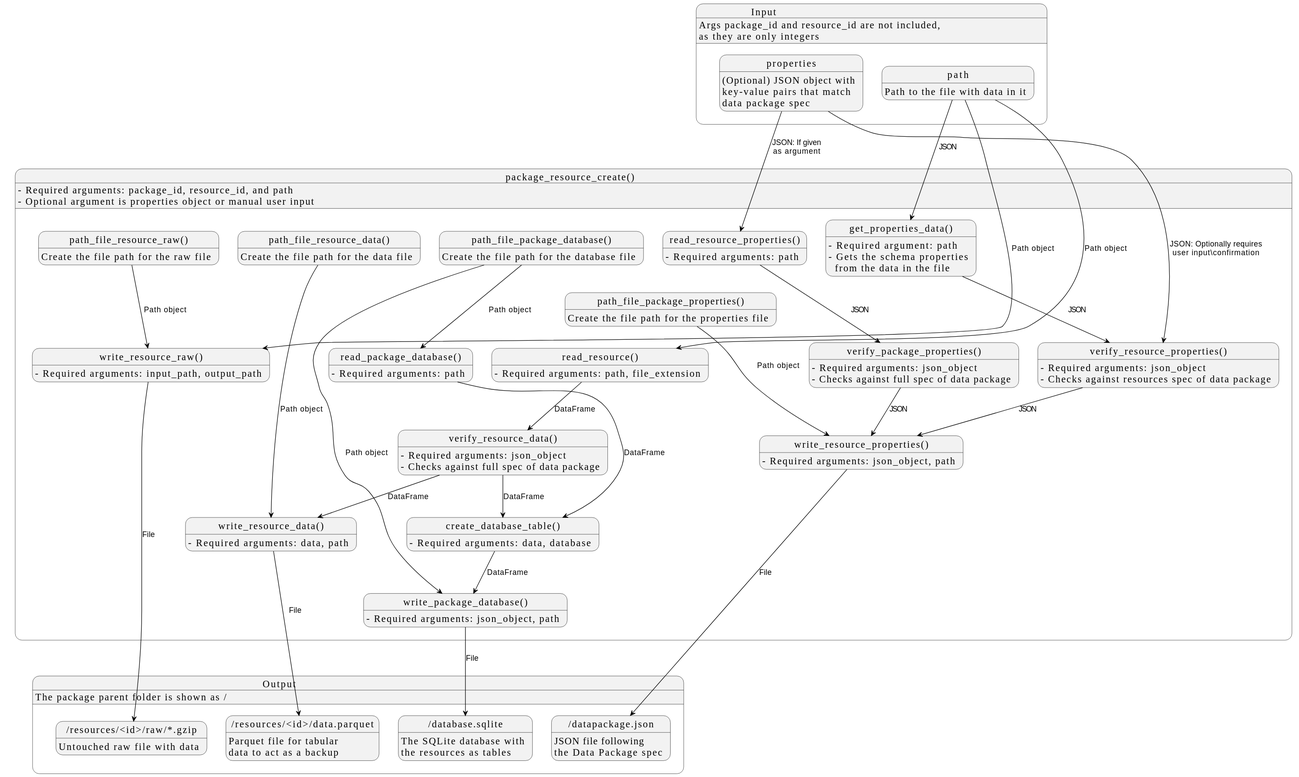
seedcase-project/seedcase-sprout keeps this PlantUML diagram as docs/design/images/function-flow.svg. Above is the earlier version.
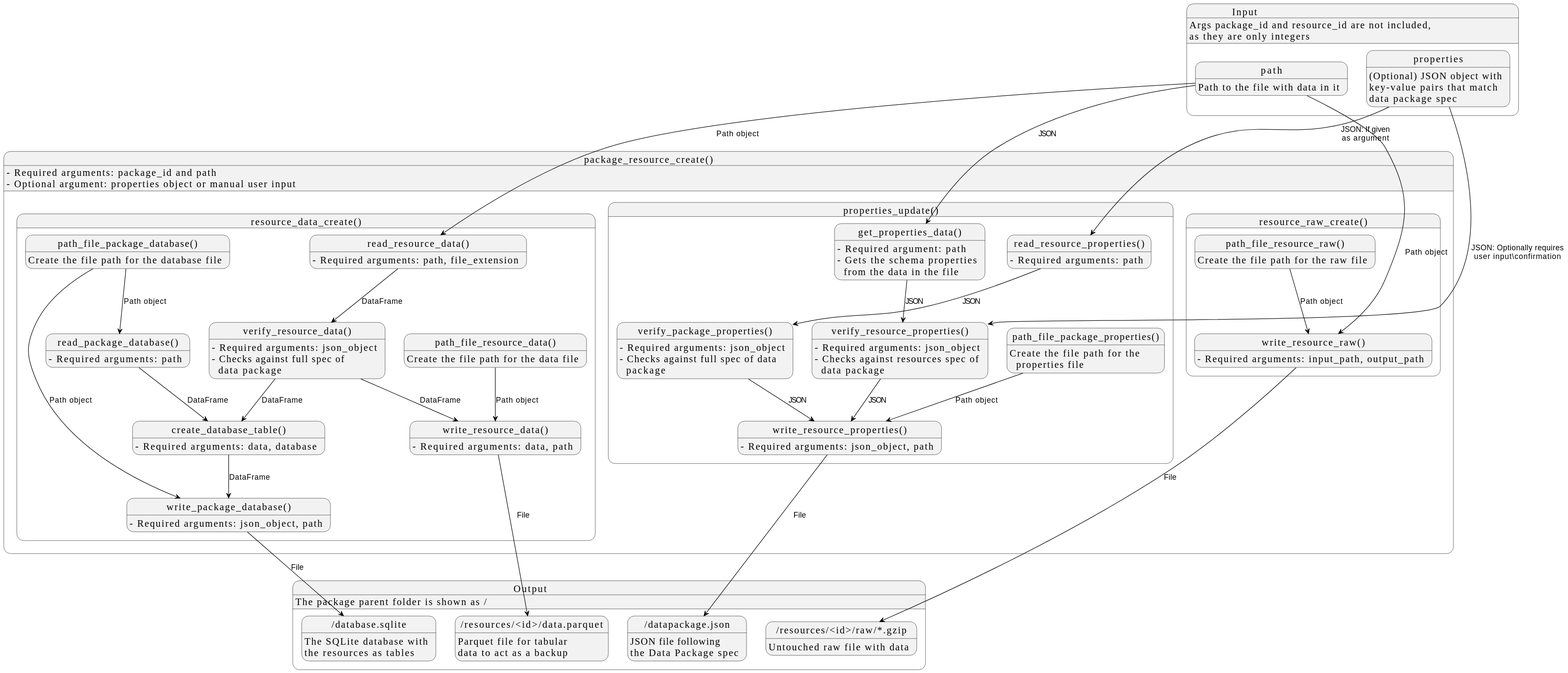
The same diagram one commit later.

Commit message:
refactor: :alembic: add boxes within package_resource_create

This is an attempt to make this figure a bit cleaner. No existing functions or relations between functions have been changed.

What changed in the source:
```diff
@@ -26,69 +26,76 @@
 }
 
 state "package_resource_create()" as prc {
-  prc : - Required arguments: package_id, resource_id, and path
-  prc : - Optional argument is properties object or manual user input
+  prc : - Required arguments: package_id and path
+  prc : - Optional argument: properties object or manual user input
 
-  state "path_file_resource_raw()" as pfrr
-  pfrr : Create the file path for the raw file
+  state "resource_raw_create()" as rrc {
+    state "path_file_resource_raw()" as pfrr
+    pfrr : Create the file path for the raw file
 
-  state "path_file_resource_data()" as pfrd
-  pfrd : Create the file path for the data file
+    state "write_resource_raw()" as wrr
+    wrr : - Required arguments: input_path, output_path
+  }
 
-  state "path_file_package_database()" as pfpd
-  pfpd : Create the file path for the database file
 
-  state "path_file_package_properties()" as pfpp
-  pfpp : Create the file path for the properties file
+  state "resource_data_create()" as rdc {
+    state "path_file_resource_data()" as pfrd
+    pfrd : Create the file path for the data file
 
-  pfrr -[hidden]> pfrd
-  pfrd -[hidden]> pfpd
-  pfpd -[hidden]> pfpp
-  pfpd -[hidden]> gpd
+    state "path_file_package_database()" as pfpd
+    pfpd : Create the file path for the database file
 
-  state "read_resource_properties()" as rrp
-  rrp : - Required arguments: path
+    state "read_resource_data()" as rr
+    rr : - Required arguments: path, file_extension
 
-  state "read_package_database()" as rpd
-  rpd : - Required arguments: path
+    state "read_package_database()" as rpd
+    rpd : - Required arguments: path
 
-  state "read_resource()" as rr
-  rr : - Required arguments: path, file_extension
+    state "verify_resource_data()" as vrd
+    vrd : - Required arguments: json_object
+    vrd : - Checks against full spec of\n  data package
 
-  rrp -[hidden]> rpd
-  rpd -[hidden]> rr
+    state "create_database_table()" as cdt
+    cdt : - Required arguments: data, database
 
-  state "get_properties_data()" as gpd
-  gpd : - Required argument: path
-  gpd : - Gets the schema properties\n  from the data in the file
+    state "write_resource_data()" as wrd
+    wrd : - Required arguments: data, path
 
-  state "write_resource_raw()" as wrr
-  wrr : - Required arguments: input_path, output_path
+    state "write_package_database()" as wpd
+    wpd : - Required arguments: json_object, path
+
+  }
+
+
+  state "properties_update()" as pu {
+    state "path_file_package_properties()" as pfpp
+    pfpp : Create the file path for the\n  properties file
+
+    state "read_resource_properties()" as rrp
+    rrp : - Required arguments: path
+
+    state "get_properties_data()" as gpd
+    gpd : - Required argument: path
+    gpd : - Gets the schema properties\n  from the data in the file
+
+  state "verify_resource_properties()" as vrp
+  vrp : - Required arguments: json_object
+  vrp : - Checks against resources spec of\n  data package
+
+  state "verify_package_properties()" as vpp
+  vpp : - Required arguments: json_object
+  vpp : - Checks against full spec of data\n  package
 
   state "write_resource_properties()" as wrp
   wrp : - Required arguments: json_object, path
-
-  state "write_resource_data()" as wrd
-  wrd : - Required arguments: data, path
-
-  state "write_package_database()" as wpd
-  wpd : - Required arguments: json_object, path
-
-  state "verify_resource_properties()" as vrp
-  vrp : - Required arguments: json_object
-  vrp : - Checks against resources spec of data package
-
-  state "verify_package_properties()" as vpp
-  vpp : - Required arguments: json_object
-  vpp : - Checks against full spec of data package
-
-  state "verify_resource_data()" as vrd
-  vrd : - Required arguments: json_object
-  vrd : - Checks against full spec of data package
+  }
 
 
-  state "create_database_table()" as cdt
-  cdt : - Required arguments: data, database
+
+
+
+
+
 
   path --> gpd : JSON
   gpd --> vrp : JSON
@@ -118,7 +125,4 @@
   pfrd --> wrd : Path object
   wrd --> file_rid : File
 }
-
-input --[hidden]> prc
-prc --[hidden]> output
 @enduml
```
